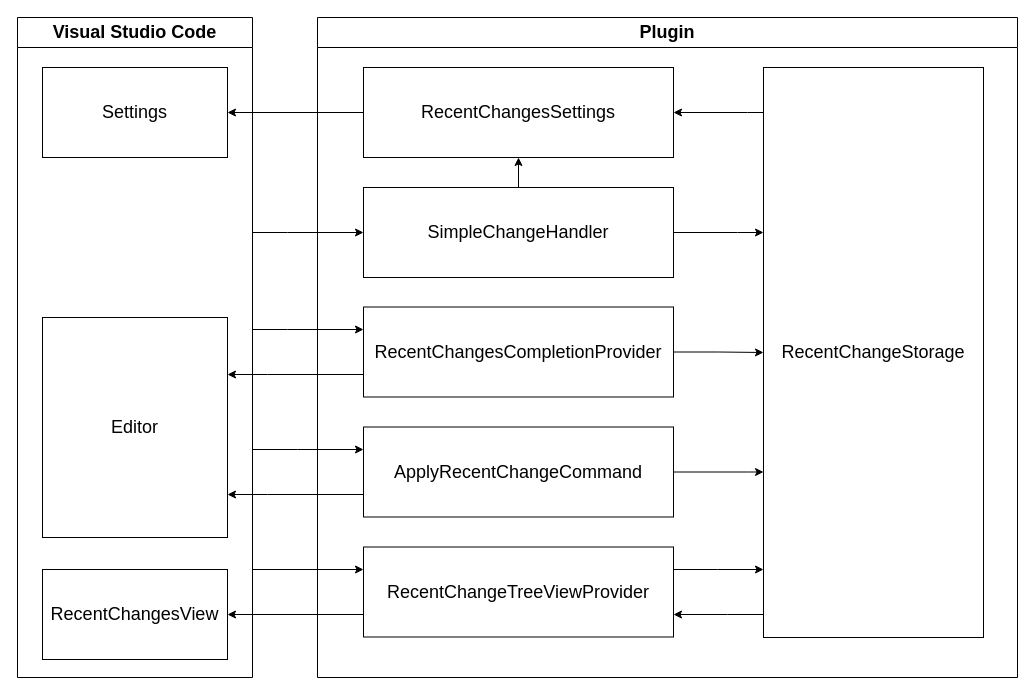
Above: page "Simplified" (2 of 8) of 01_Data/Diagrams/PluginArchitecture/04_VSCodeDesign.drawio in pseiringer/PluginComarison (draw.io), before the change. Source tidied: cells renumbered, new cells numbered last; positions are measured from the earlier drawing's top-left corner, leaving out a move shared by most shapes. Both pictures are drawn from the tidied source at 100%, with x=0, y=0 at pixel (17, 17).
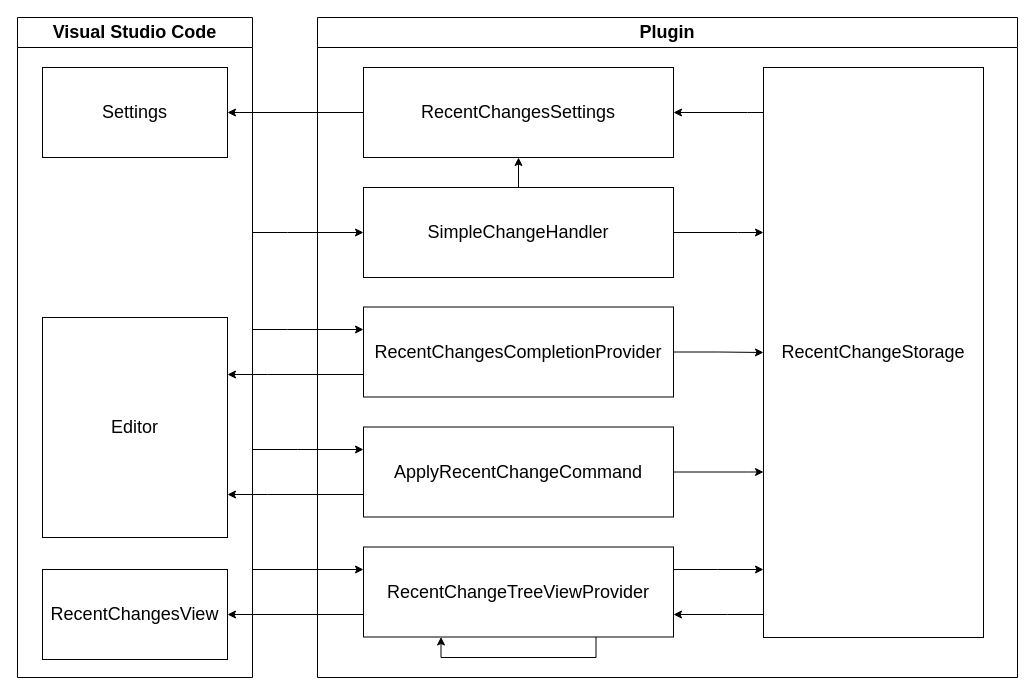
The same diagram, later.

Unchanged cells that the change refers to:
```xml
<mxCell id="6" value="Plugin" style="swimlane;whiteSpace=wrap;html=1;fontSize=18;startSize=30;" parent="1" vertex="1">
  <mxGeometry x="300" width="700" height="660" as="geometry" />
</mxCell>
<mxCell id="17" value="RecentChangeTreeViewProvider" style="rounded=0;whiteSpace=wrap;html=1;fontSize=18;" parent="6" vertex="1">
  <mxGeometry x="46" y="529.5" width="310" height="90" as="geometry" />
</mxCell>
```

Diff of the diagram source:
```diff
@@
+    <mxCell id="28" style="endArrow=classic;html=1;rounded=0;edgeStyle=orthogonalEdgeStyle;exitX=0.75;exitY=1;exitDx=0;exitDy=0;entryX=0.25;entryY=1;entryDx=0;entryDy=0;" parent="6" edge="1" source="17" target="17">
+      <mxGeometry relative="1" as="geometry">
+        <Array as="points">
+          <mxPoint x="279" y="640" />
+          <mxPoint x="124" y="640" />
+        </Array>
+      </mxGeometry>
+    </mxCell>
```
